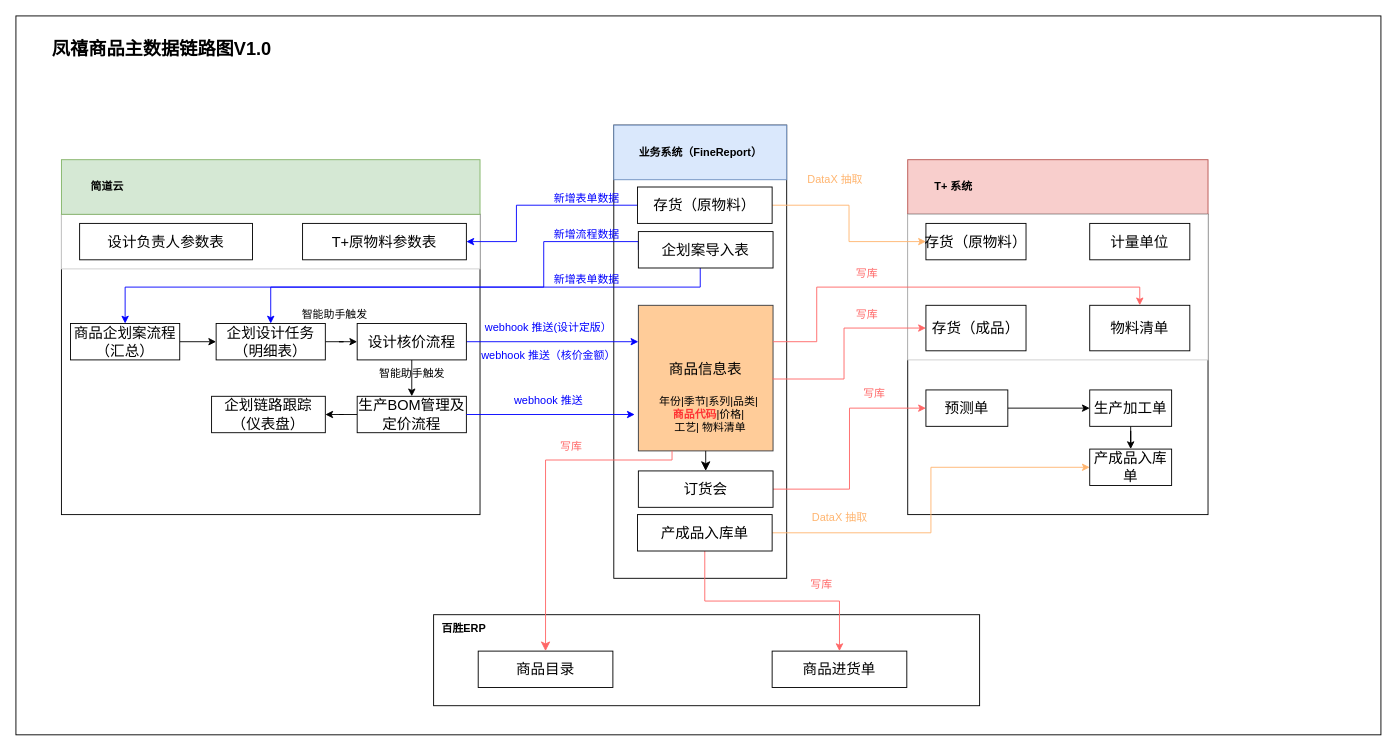
Before: page "商品主数据梳理" (2 of 2) of FX 商品数据流转图.drawio in leonhard1Q84/leonhard1Q84.github.io, a draw.io diagram. Source tidied: cells renumbered, new cells numbered last; positions are measured from the earlier drawing's top-left corner, leaving out a move shared by most shapes. Both pictures are drawn from the tidied source at 91%, with x=0, y=0 at pixel (15, 15).
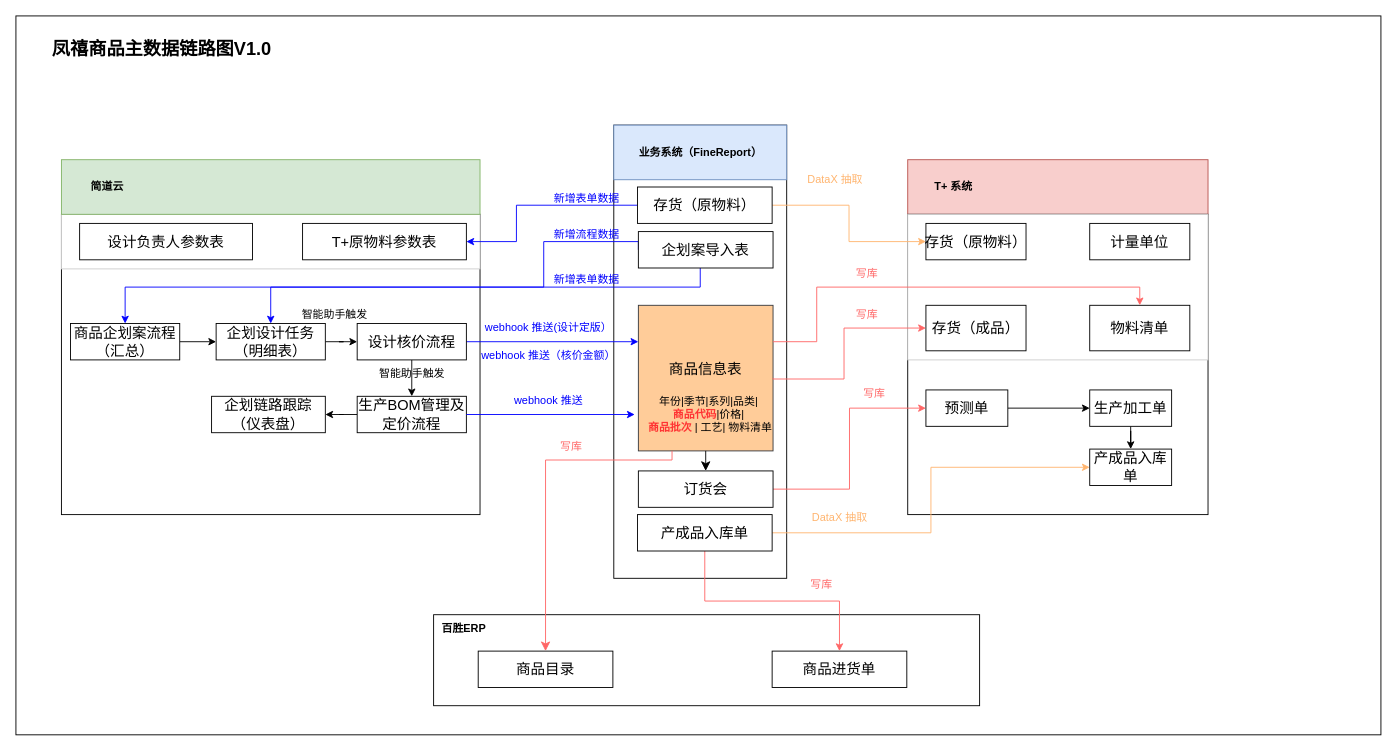
The same page after the edit.

Commit message:
Update FX 商品数据流转图.drawio

What changed in the source:
```diff
@@
-    <mxCell id="38" value="年份|季节|系列|品类|&lt;div&gt;&lt;b&gt;&lt;font color=&quot;#ff3333&quot;&gt;商品代码&lt;/font&gt;&lt;/b&gt;&lt;span style=&quot;background-color: initial;&quot;&gt;|价格|&lt;/span&gt;&lt;/div&gt;&lt;div&gt;&lt;span style=&quot;background-color: initial;&quot;&gt;&amp;nbsp;工艺| 物料清单&lt;/span&gt;&lt;/div&gt;" style="text;html=1;align=center;verticalAlign=middle;strokeColor=none;fillColor=none;" parent="1" vertex="1">
-      <mxGeometry x="696" y="408" width="130" height="60" as="geometry" />
+    <mxCell id="38" value="年份|季节|系列|品类|&lt;div&gt;&lt;b&gt;&lt;font color=&quot;#ff3333&quot;&gt;商品代码&lt;/font&gt;&lt;/b&gt;&lt;span style=&quot;background-color: initial;&quot;&gt;|价格|&lt;/span&gt;&lt;/div&gt;&lt;div&gt;&lt;span style=&quot;background-color: initial;&quot;&gt;&amp;nbsp;&lt;b&gt;&lt;font color=&quot;#ff3333&quot;&gt;商品批次&lt;/font&gt;&lt;/b&gt; | 工艺| 物料清单&lt;/span&gt;&lt;/div&gt;" style="text;html=1;align=center;verticalAlign=middle;strokeColor=none;fillColor=none;" parent="1" vertex="1">
+      <mxGeometry x="681" y="408" width="160" height="60" as="geometry" />
     </mxCell>
```
